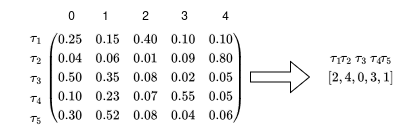
Before: report/images/output_matrix_example.drawio.png, a diagram exported from draw.io (FelicienFG/research-project-AUT). Source tidied: cells renumbered, new cells last; positions are measured from the earlier drawing's top-left corner, leaving out a move shared by most shapes. Source of this version:
```xml
<mxGraphModel math="1">
  <root>
    <mxCell id="0" />
    <mxCell id="1" parent="0" />
    <mxCell id="2" value="\(\begin{pmatrix}&lt;br&gt;0.25 &amp;amp; 0.15 &amp;amp; 0.40 &amp;amp; 0.10 &amp;amp; 0.10\\&lt;br&gt;0.04 &amp;amp; 0.06 &amp;amp; 0.01 &amp;amp; 0.09 &amp;amp; 0.80\\&lt;br&gt;0.50 &amp;amp; 0.35 &amp;amp; 0.08 &amp;amp; 0.02 &amp;amp; 0.05\\&lt;br&gt;0.10 &amp;amp; 0.23 &amp;amp; 0.07 &amp;amp; 0.55 &amp;amp; 0.05\\&lt;br&gt;0.30 &amp;amp; 0.52 &amp;amp; 0.08 &amp;amp; 0.04 &amp;amp; 0.06&lt;br&gt;\end{pmatrix}\)" style="text;html=1;align=center;verticalAlign=middle;points=[];strokeColor=none;fillColor=none;" parent="1" vertex="1">
      <mxGeometry x="40" y="22" width="210" height="110" as="geometry" />
    </mxCell>
    <mxCell id="3" value="\(\tau_2\)" style="text;html=1;align=center;verticalAlign=middle;strokeColor=none;fillColor=none;" parent="1" vertex="1">
      <mxGeometry y="42" width="70" height="30" as="geometry" />
    </mxCell>
    <mxCell id="4" value="\(\tau_1\)" style="text;html=1;align=center;verticalAlign=middle;strokeColor=none;fillColor=none;" parent="1" vertex="1">
      <mxGeometry y="22" width="70" height="30" as="geometry" />
    </mxCell>
    <mxCell id="5" value="\(\tau_3\)" style="text;html=1;align=center;verticalAlign=middle;strokeColor=none;fillColor=none;" parent="1" vertex="1">
      <mxGeometry y="62" width="70" height="30" as="geometry" />
    </mxCell>
    <mxCell id="6" value="\(\tau_4\)" style="text;html=1;align=center;verticalAlign=middle;strokeColor=none;fillColor=none;" parent="1" vertex="1">
      <mxGeometry y="82" width="70" height="30" as="geometry" />
    </mxCell>
    <mxCell id="7" value="\(\tau_5\)" style="text;html=1;align=center;verticalAlign=middle;strokeColor=none;fillColor=none;" parent="1" vertex="1">
      <mxGeometry y="102" width="70" height="30" as="geometry" />
    </mxCell>
    <mxCell id="8" value="0" style="text;html=1;align=center;verticalAlign=middle;strokeColor=none;fillColor=none;" parent="1" vertex="1">
      <mxGeometry x="56" width="30" height="30" as="geometry" />
    </mxCell>
    <mxCell id="9" value="2" style="text;html=1;align=center;verticalAlign=middle;strokeColor=none;fillColor=none;" parent="1" vertex="1">
      <mxGeometry x="130" width="30" height="30" as="geometry" />
    </mxCell>
    <mxCell id="10" value="3" style="text;html=1;align=center;verticalAlign=middle;strokeColor=none;fillColor=none;" parent="1" vertex="1">
      <mxGeometry x="168.5" width="30" height="30" as="geometry" />
    </mxCell>
    <mxCell id="11" value="4" style="text;html=1;align=center;verticalAlign=middle;strokeColor=none;fillColor=none;" parent="1" vertex="1">
      <mxGeometry x="210" width="30" height="30" as="geometry" />
    </mxCell>
    <mxCell id="12" value="1" style="text;html=1;align=center;verticalAlign=middle;strokeColor=none;fillColor=none;" parent="1" vertex="1">
      <mxGeometry x="90" width="30" height="30" as="geometry" />
    </mxCell>
    <mxCell id="13" style="shape=flexArrow;endArrow=classic;html=1;rounded=0;" parent="1" edge="1" source="2" target="14">
      <mxGeometry relative="1" as="geometry" />
    </mxCell>
    <mxCell id="14" value="\([2, 4, 0, 3, 1]\)" style="text;html=1;align=center;verticalAlign=middle;points=[];strokeColor=none;fillColor=none;" parent="1" vertex="1">
      <mxGeometry x="310" y="62" width="100" height="30" as="geometry" />
    </mxCell>
    <mxCell id="15" value="\(\tau_2\)" style="text;html=1;align=center;verticalAlign=middle;strokeColor=none;fillColor=none;" parent="1" vertex="1">
      <mxGeometry x="310" y="42" width="70" height="30" as="geometry" />
    </mxCell>
    <mxCell id="16" value="\(\tau_1\)" style="text;html=1;align=center;verticalAlign=middle;strokeColor=none;fillColor=none;" parent="1" vertex="1">
      <mxGeometry x="300" y="42" width="70" height="30" as="geometry" />
    </mxCell>
    <mxCell id="17" value="\(\tau_3\)" style="text;html=1;align=center;verticalAlign=middle;strokeColor=none;fillColor=none;" parent="1" vertex="1">
      <mxGeometry x="325" y="42" width="70" height="30" as="geometry" />
    </mxCell>
    <mxCell id="18" value="\(\tau_4\)" style="text;html=1;align=center;verticalAlign=middle;strokeColor=none;fillColor=none;" parent="1" vertex="1">
      <mxGeometry x="340" y="42" width="70" height="30" as="geometry" />
    </mxCell>
    <mxCell id="19" value="\(\tau_5\)" style="text;html=1;align=center;verticalAlign=middle;strokeColor=none;fillColor=none;" parent="1" vertex="1">
      <mxGeometry x="350" y="42" width="70" height="30" as="geometry" />
    </mxCell>
  </root>
</mxGraphModel>
```
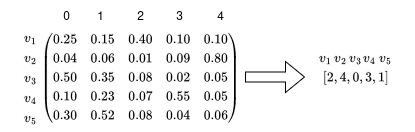
Above is the later version.

Change to the diagram source:
```diff
@@ -5,20 +5,20 @@
     <mxCell id="2" value="\(\begin{pmatrix}&lt;br&gt;0.25 &amp;amp; 0.15 &amp;amp; 0.40 &amp;amp; 0.10 &amp;amp; 0.10\\&lt;br&gt;0.04 &amp;amp; 0.06 &amp;amp; 0.01 &amp;amp; 0.09 &amp;amp; 0.80\\&lt;br&gt;0.50 &amp;amp; 0.35 &amp;amp; 0.08 &amp;amp; 0.02 &amp;amp; 0.05\\&lt;br&gt;0.10 &amp;amp; 0.23 &amp;amp; 0.07 &amp;amp; 0.55 &amp;amp; 0.05\\&lt;br&gt;0.30 &amp;amp; 0.52 &amp;amp; 0.08 &amp;amp; 0.04 &amp;amp; 0.06&lt;br&gt;\end{pmatrix}\)" style="text;html=1;align=center;verticalAlign=middle;points=[];strokeColor=none;fillColor=none;" parent="1" vertex="1">
       <mxGeometry x="40" y="22" width="210" height="110" as="geometry" />
     </mxCell>
-    <mxCell id="3" value="\(\tau_2\)" style="text;html=1;align=center;verticalAlign=middle;strokeColor=none;fillColor=none;" parent="1" vertex="1">
-      <mxGeometry y="42" width="70" height="30" as="geometry" />
+    <mxCell id="3" value="\(v_2\)" style="text;html=1;align=center;verticalAlign=middle;strokeColor=none;fillColor=none;" parent="1" vertex="1">
+      <mxGeometry x="5" y="42" width="60" height="30" as="geometry" />
     </mxCell>
-    <mxCell id="4" value="\(\tau_1\)" style="text;html=1;align=center;verticalAlign=middle;strokeColor=none;fillColor=none;" parent="1" vertex="1">
-      <mxGeometry y="22" width="70" height="30" as="geometry" />
+    <mxCell id="4" value="\(v_1\)" style="text;html=1;align=center;verticalAlign=middle;strokeColor=none;fillColor=none;" parent="1" vertex="1">
+      <mxGeometry x="5" y="22" width="60" height="30" as="geometry" />
     </mxCell>
-    <mxCell id="5" value="\(\tau_3\)" style="text;html=1;align=center;verticalAlign=middle;strokeColor=none;fillColor=none;" parent="1" vertex="1">
-      <mxGeometry y="62" width="70" height="30" as="geometry" />
+    <mxCell id="5" value="\(v_3\)" style="text;html=1;align=center;verticalAlign=middle;strokeColor=none;fillColor=none;" parent="1" vertex="1">
+      <mxGeometry x="5" y="62" width="60" height="30" as="geometry" />
     </mxCell>
-    <mxCell id="6" value="\(\tau_4\)" style="text;html=1;align=center;verticalAlign=middle;strokeColor=none;fillColor=none;" parent="1" vertex="1">
-      <mxGeometry y="82" width="70" height="30" as="geometry" />
+    <mxCell id="6" value="\(v_4\)" style="text;html=1;align=center;verticalAlign=middle;strokeColor=none;fillColor=none;" parent="1" vertex="1">
+      <mxGeometry x="5" y="82" width="60" height="30" as="geometry" />
     </mxCell>
-    <mxCell id="7" value="\(\tau_5\)" style="text;html=1;align=center;verticalAlign=middle;strokeColor=none;fillColor=none;" parent="1" vertex="1">
-      <mxGeometry y="102" width="70" height="30" as="geometry" />
+    <mxCell id="7" value="\(v_5\)" style="text;html=1;align=center;verticalAlign=middle;strokeColor=none;fillColor=none;" parent="1" vertex="1">
+      <mxGeometry x="5" y="102" width="60" height="30" as="geometry" />
     </mxCell>
     <mxCell id="8" value="0" style="text;html=1;align=center;verticalAlign=middle;strokeColor=none;fillColor=none;" parent="1" vertex="1">
       <mxGeometry x="56" width="30" height="30" as="geometry" />
@@ -41,20 +41,20 @@
     <mxCell id="14" value="\([2, 4, 0, 3, 1]\)" style="text;html=1;align=center;verticalAlign=middle;points=[];strokeColor=none;fillColor=none;" parent="1" vertex="1">
       <mxGeometry x="310" y="62" width="100" height="30" as="geometry" />
     </mxCell>
-    <mxCell id="15" value="\(\tau_2\)" style="text;html=1;align=center;verticalAlign=middle;strokeColor=none;fillColor=none;" parent="1" vertex="1">
-      <mxGeometry x="310" y="42" width="70" height="30" as="geometry" />
+    <mxCell id="15" value="\(v_2\)" style="text;html=1;align=center;verticalAlign=middle;strokeColor=none;fillColor=none;" parent="1" vertex="1">
+      <mxGeometry x="315" y="42" width="60" height="30" as="geometry" />
     </mxCell>
-    <mxCell id="16" value="\(\tau_1\)" style="text;html=1;align=center;verticalAlign=middle;strokeColor=none;fillColor=none;" parent="1" vertex="1">
-      <mxGeometry x="300" y="42" width="70" height="30" as="geometry" />
+    <mxCell id="16" value="\(v_1\)" style="text;html=1;align=center;verticalAlign=middle;strokeColor=none;fillColor=none;" parent="1" vertex="1">
+      <mxGeometry x="300" y="42" width="60" height="30" as="geometry" />
     </mxCell>
-    <mxCell id="17" value="\(\tau_3\)" style="text;html=1;align=center;verticalAlign=middle;strokeColor=none;fillColor=none;" parent="1" vertex="1">
-      <mxGeometry x="325" y="42" width="70" height="30" as="geometry" />
+    <mxCell id="17" value="\(v_3\)" style="text;html=1;align=center;verticalAlign=middle;strokeColor=none;fillColor=none;" parent="1" vertex="1">
+      <mxGeometry x="330" y="42" width="60" height="30" as="geometry" />
     </mxCell>
-    <mxCell id="18" value="\(\tau_4\)" style="text;html=1;align=center;verticalAlign=middle;strokeColor=none;fillColor=none;" parent="1" vertex="1">
-      <mxGeometry x="340" y="42" width="70" height="30" as="geometry" />
+    <mxCell id="18" value="\(v_4\)" style="text;html=1;align=center;verticalAlign=middle;strokeColor=none;fillColor=none;" parent="1" vertex="1">
+      <mxGeometry x="344" y="42" width="60" height="30" as="geometry" />
     </mxCell>
-    <mxCell id="19" value="\(\tau_5\)" style="text;html=1;align=center;verticalAlign=middle;strokeColor=none;fillColor=none;" parent="1" vertex="1">
-      <mxGeometry x="350" y="42" width="70" height="30" as="geometry" />
+    <mxCell id="19" value="\(v_5\)" style="text;html=1;align=center;verticalAlign=middle;strokeColor=none;fillColor=none;" parent="1" vertex="1">
+      <mxGeometry x="360" y="42" width="60" height="30" as="geometry" />
     </mxCell>
   </root>
 </mxGraphModel>
```
